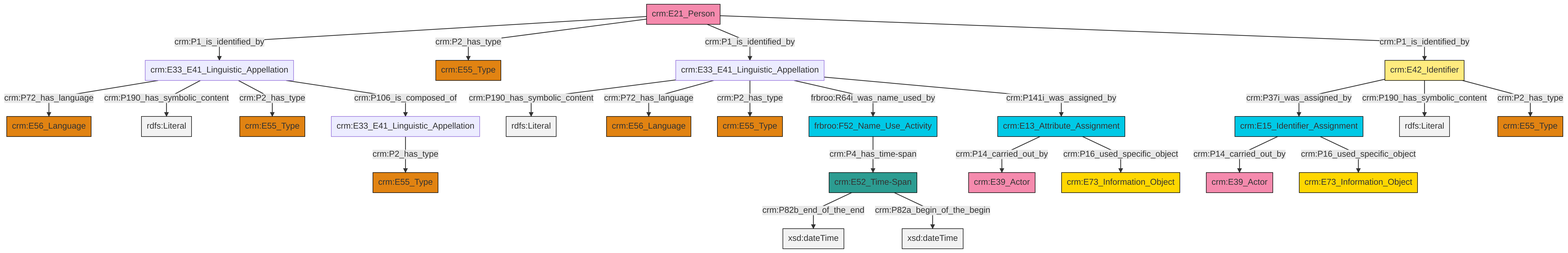
Above: et/personCSV/ttl/mmd/png/Person_Names_and_Classification.png in swiss-art-research-net/reference-data-models (Mermaid), before the change. Its source is kept beside it as et/personCSV/ttl/mmd/Person_Names_and_Classification.ttl.mmd. Source of this version:
```mermaid
graph TD
classDef Literal fill:#f2f2f2,stroke:#000000;
classDef CRM_Entity fill:#FFFFFF,stroke:#000000;
classDef Temporal_Entity fill:#00C9E6, stroke:#000000;
classDef Type fill:#E18312, stroke:#000000;
classDef Time-Span fill:#2C9C91, stroke:#000000;
classDef Appellation fill:#FFEB7F, stroke:#000000;
classDef Place fill:#008836, stroke:#000000;
classDef Persistent_Item fill:#B266B2, stroke:#000000;
classDef Conceptual_Object fill:#FFD700, stroke:#000000;
classDef Physical_Thing fill:#D2B48C, stroke:#000000;
classDef Actor fill:#f58aad, stroke:#000000;
classDef PC_Classes fill:#4ce600, stroke:#000000;
classDef Multi fill:#cccccc,stroke:#000000;

0["crm:E33_E41_Linguistic_Appellation"]:::Default -->|crm:P190_has_symbolic_content| 1[rdfs:Literal]:::Literal
2["crm:E33_E41_Linguistic_Appellation"]:::Default -->|crm:P2_has_type| 3["crm:E55_Type"]:::Type
0["crm:E33_E41_Linguistic_Appellation"]:::Default -->|crm:P72_has_language| 8["crm:E56_Language"]:::Type
0["crm:E33_E41_Linguistic_Appellation"]:::Default -->|crm:P2_has_type| 15["crm:E55_Type"]:::Type
17["crm:E42_Identifier"]:::Appellation -->|crm:P37i_was_assigned_by| 18["crm:E15_Identifier_Assignment"]:::Temporal_Entity
18["crm:E15_Identifier_Assignment"]:::Temporal_Entity -->|crm:P14_carried_out_by| 20["crm:E39_Actor"]:::Actor
23["crm:E52_Time-Span"]:::Time-Span -->|crm:P82b_end_of_the_end| 24[xsd:dateTime]:::Literal
9["crm:E33_E41_Linguistic_Appellation"]:::Default -->|crm:P72_has_language| 25["crm:E56_Language"]:::Type
17["crm:E42_Identifier"]:::Appellation -->|crm:P190_has_symbolic_content| 26[rdfs:Literal]:::Literal
27["crm:E21_Person"]:::Actor -->|crm:P1_is_identified_by| 9["crm:E33_E41_Linguistic_Appellation"]:::Default
27["crm:E21_Person"]:::Actor -->|crm:P2_has_type| 28["crm:E55_Type"]:::Type
18["crm:E15_Identifier_Assignment"]:::Temporal_Entity -->|crm:P16_used_specific_object| 29["crm:E73_Information_Object"]:::Conceptual_Object
0["crm:E33_E41_Linguistic_Appellation"]:::Default -->|frbroo:R64i_was_name_used_by| 21["frbroo:F52_Name_Use_Activity"]:::Temporal_Entity
9["crm:E33_E41_Linguistic_Appellation"]:::Default -->|crm:P190_has_symbolic_content| 38[rdfs:Literal]:::Literal
30["crm:E13_Attribute_Assignment"]:::Temporal_Entity -->|crm:P14_carried_out_by| 6["crm:E39_Actor"]:::Actor
27["crm:E21_Person"]:::Actor -->|crm:P1_is_identified_by| 0["crm:E33_E41_Linguistic_Appellation"]:::Default
17["crm:E42_Identifier"]:::Appellation -->|crm:P2_has_type| 13["crm:E55_Type"]:::Type
9["crm:E33_E41_Linguistic_Appellation"]:::Default -->|crm:P2_has_type| 36["crm:E55_Type"]:::Type
21["frbroo:F52_Name_Use_Activity"]:::Temporal_Entity -->|crm:P4_has_time-span| 23["crm:E52_Time-Span"]:::Time-Span
23["crm:E52_Time-Span"]:::Time-Span -->|crm:P82a_begin_of_the_begin| 42[xsd:dateTime]:::Literal
30["crm:E13_Attribute_Assignment"]:::Temporal_Entity -->|crm:P16_used_specific_object| 4["crm:E73_Information_Object"]:::Conceptual_Object
27["crm:E21_Person"]:::Actor -->|crm:P1_is_identified_by| 17["crm:E42_Identifier"]:::Appellation
9["crm:E33_E41_Linguistic_Appellation"]:::Default -->|crm:P106_is_composed_of| 2["crm:E33_E41_Linguistic_Appellation"]:::Default
0["crm:E33_E41_Linguistic_Appellation"]:::Default -->|crm:P141i_was_assigned_by| 30["crm:E13_Attribute_Assignment"]:::Temporal_Entity
```
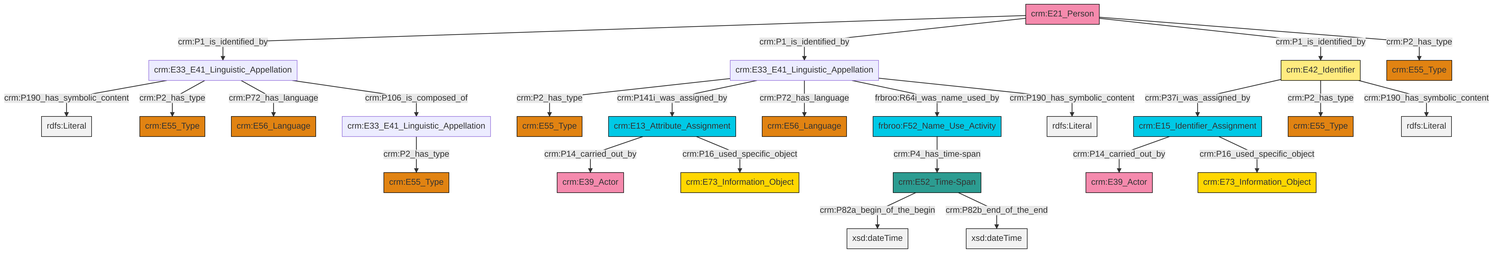
The same file after the commit.

Change to the diagram source:
```diff
@@ -13,27 +13,27 @@
 classDef PC_Classes fill:#4ce600, stroke:#000000;
 classDef Multi fill:#cccccc,stroke:#000000;
 
-0["crm:E33_E41_Linguistic_Appellation"]:::Default -->|crm:P190_has_symbolic_content| 1[rdfs:Literal]:::Literal
-2["crm:E33_E41_Linguistic_Appellation"]:::Default -->|crm:P2_has_type| 3["crm:E55_Type"]:::Type
-0["crm:E33_E41_Linguistic_Appellation"]:::Default -->|crm:P72_has_language| 8["crm:E56_Language"]:::Type
-0["crm:E33_E41_Linguistic_Appellation"]:::Default -->|crm:P2_has_type| 15["crm:E55_Type"]:::Type
-17["crm:E42_Identifier"]:::Appellation -->|crm:P37i_was_assigned_by| 18["crm:E15_Identifier_Assignment"]:::Temporal_Entity
-18["crm:E15_Identifier_Assignment"]:::Temporal_Entity -->|crm:P14_carried_out_by| 20["crm:E39_Actor"]:::Actor
-23["crm:E52_Time-Span"]:::Time-Span -->|crm:P82b_end_of_the_end| 24[xsd:dateTime]:::Literal
-9["crm:E33_E41_Linguistic_Appellation"]:::Default -->|crm:P72_has_language| 25["crm:E56_Language"]:::Type
-17["crm:E42_Identifier"]:::Appellation -->|crm:P190_has_symbolic_content| 26[rdfs:Literal]:::Literal
-27["crm:E21_Person"]:::Actor -->|crm:P1_is_identified_by| 9["crm:E33_E41_Linguistic_Appellation"]:::Default
-27["crm:E21_Person"]:::Actor -->|crm:P2_has_type| 28["crm:E55_Type"]:::Type
-18["crm:E15_Identifier_Assignment"]:::Temporal_Entity -->|crm:P16_used_specific_object| 29["crm:E73_Information_Object"]:::Conceptual_Object
-0["crm:E33_E41_Linguistic_Appellation"]:::Default -->|frbroo:R64i_was_name_used_by| 21["frbroo:F52_Name_Use_Activity"]:::Temporal_Entity
-9["crm:E33_E41_Linguistic_Appellation"]:::Default -->|crm:P190_has_symbolic_content| 38[rdfs:Literal]:::Literal
-30["crm:E13_Attribute_Assignment"]:::Temporal_Entity -->|crm:P14_carried_out_by| 6["crm:E39_Actor"]:::Actor
-27["crm:E21_Person"]:::Actor -->|crm:P1_is_identified_by| 0["crm:E33_E41_Linguistic_Appellation"]:::Default
-17["crm:E42_Identifier"]:::Appellation -->|crm:P2_has_type| 13["crm:E55_Type"]:::Type
-9["crm:E33_E41_Linguistic_Appellation"]:::Default -->|crm:P2_has_type| 36["crm:E55_Type"]:::Type
-21["frbroo:F52_Name_Use_Activity"]:::Temporal_Entity -->|crm:P4_has_time-span| 23["crm:E52_Time-Span"]:::Time-Span
-23["crm:E52_Time-Span"]:::Time-Span -->|crm:P82a_begin_of_the_begin| 42[xsd:dateTime]:::Literal
-30["crm:E13_Attribute_Assignment"]:::Temporal_Entity -->|crm:P16_used_specific_object| 4["crm:E73_Information_Object"]:::Conceptual_Object
-27["crm:E21_Person"]:::Actor -->|crm:P1_is_identified_by| 17["crm:E42_Identifier"]:::Appellation
-9["crm:E33_E41_Linguistic_Appellation"]:::Default -->|crm:P106_is_composed_of| 2["crm:E33_E41_Linguistic_Appellation"]:::Default
-0["crm:E33_E41_Linguistic_Appellation"]:::Default -->|crm:P141i_was_assigned_by| 30["crm:E13_Attribute_Assignment"]:::Temporal_Entity
+2["crm:E15_Identifier_Assignment"]:::Temporal_Entity -->|crm:P14_carried_out_by| 3["crm:E39_Actor"]:::Actor
+6["crm:E33_E41_Linguistic_Appellation"]:::Default -->|crm:P2_has_type| 7["crm:E55_Type"]:::Type
+9["crm:E13_Attribute_Assignment"]:::Temporal_Entity -->|crm:P14_carried_out_by| 10["crm:E39_Actor"]:::Actor
+4["crm:E33_E41_Linguistic_Appellation"]:::Default -->|crm:P190_has_symbolic_content| 16[rdfs:Literal]:::Literal
+14["crm:E52_Time-Span"]:::Time-Span -->|crm:P82a_begin_of_the_begin| 17[xsd:dateTime]:::Literal
+11["crm:E42_Identifier"]:::Appellation -->|crm:P37i_was_assigned_by| 2["crm:E15_Identifier_Assignment"]:::Temporal_Entity
+22["crm:E21_Person"]:::Actor -->|crm:P1_is_identified_by| 4["crm:E33_E41_Linguistic_Appellation"]:::Default
+4["crm:E33_E41_Linguistic_Appellation"]:::Default -->|crm:P2_has_type| 23["crm:E55_Type"]:::Type
+2["crm:E15_Identifier_Assignment"]:::Temporal_Entity -->|crm:P16_used_specific_object| 18["crm:E73_Information_Object"]:::Conceptual_Object
+22["crm:E21_Person"]:::Actor -->|crm:P1_is_identified_by| 29["crm:E33_E41_Linguistic_Appellation"]:::Default
+29["crm:E33_E41_Linguistic_Appellation"]:::Default -->|crm:P2_has_type| 30["crm:E55_Type"]:::Type
+29["crm:E33_E41_Linguistic_Appellation"]:::Default -->|crm:P141i_was_assigned_by| 9["crm:E13_Attribute_Assignment"]:::Temporal_Entity
+11["crm:E42_Identifier"]:::Appellation -->|crm:P2_has_type| 32["crm:E55_Type"]:::Type
+4["crm:E33_E41_Linguistic_Appellation"]:::Default -->|crm:P72_has_language| 27["crm:E56_Language"]:::Type
+11["crm:E42_Identifier"]:::Appellation -->|crm:P190_has_symbolic_content| 35[rdfs:Literal]:::Literal
+29["crm:E33_E41_Linguistic_Appellation"]:::Default -->|crm:P72_has_language| 25["crm:E56_Language"]:::Type
+9["crm:E13_Attribute_Assignment"]:::Temporal_Entity -->|crm:P16_used_specific_object| 38["crm:E73_Information_Object"]:::Conceptual_Object
+22["crm:E21_Person"]:::Actor -->|crm:P1_is_identified_by| 11["crm:E42_Identifier"]:::Appellation
+29["crm:E33_E41_Linguistic_Appellation"]:::Default -->|frbroo:R64i_was_name_used_by| 0["frbroo:F52_Name_Use_Activity"]:::Temporal_Entity
+0["frbroo:F52_Name_Use_Activity"]:::Temporal_Entity -->|crm:P4_has_time-span| 14["crm:E52_Time-Span"]:::Time-Span
+14["crm:E52_Time-Span"]:::Time-Span -->|crm:P82b_end_of_the_end| 41[xsd:dateTime]:::Literal
+4["crm:E33_E41_Linguistic_Appellation"]:::Default -->|crm:P106_is_composed_of| 6["crm:E33_E41_Linguistic_Appellation"]:::Default
+29["crm:E33_E41_Linguistic_Appellation"]:::Default -->|crm:P190_has_symbolic_content| 44[rdfs:Literal]:::Literal
+22["crm:E21_Person"]:::Actor -->|crm:P2_has_type| 20["crm:E55_Type"]:::Type
```
